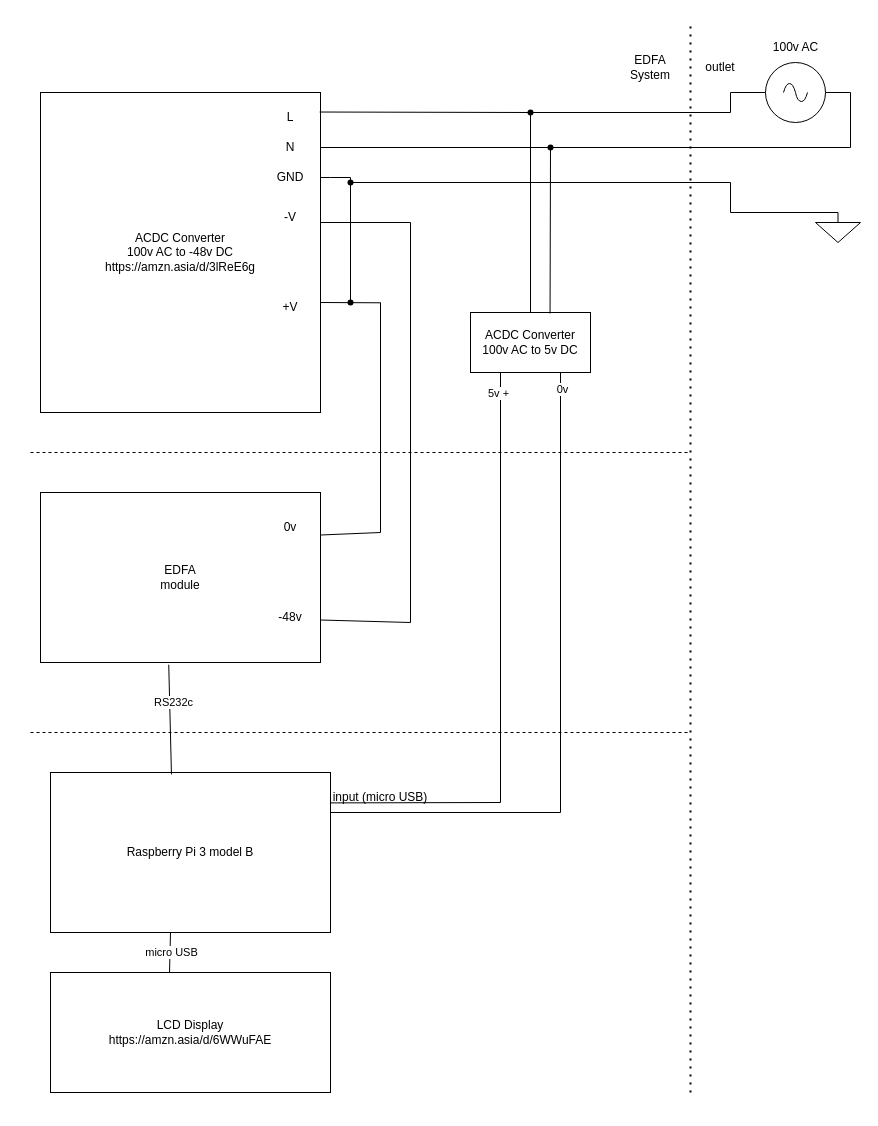
Earlier version of the draw.io diagram drawio/circuit.drawio (Ando0513/EDFA). Source tidied: cells renumbered, new cells numbered last; positions are measured from the earlier drawing's top-left corner, leaving out a move shared by most shapes. Both pictures are drawn from the tidied source at 100%, with x=0, y=0 at pixel (30, 22).
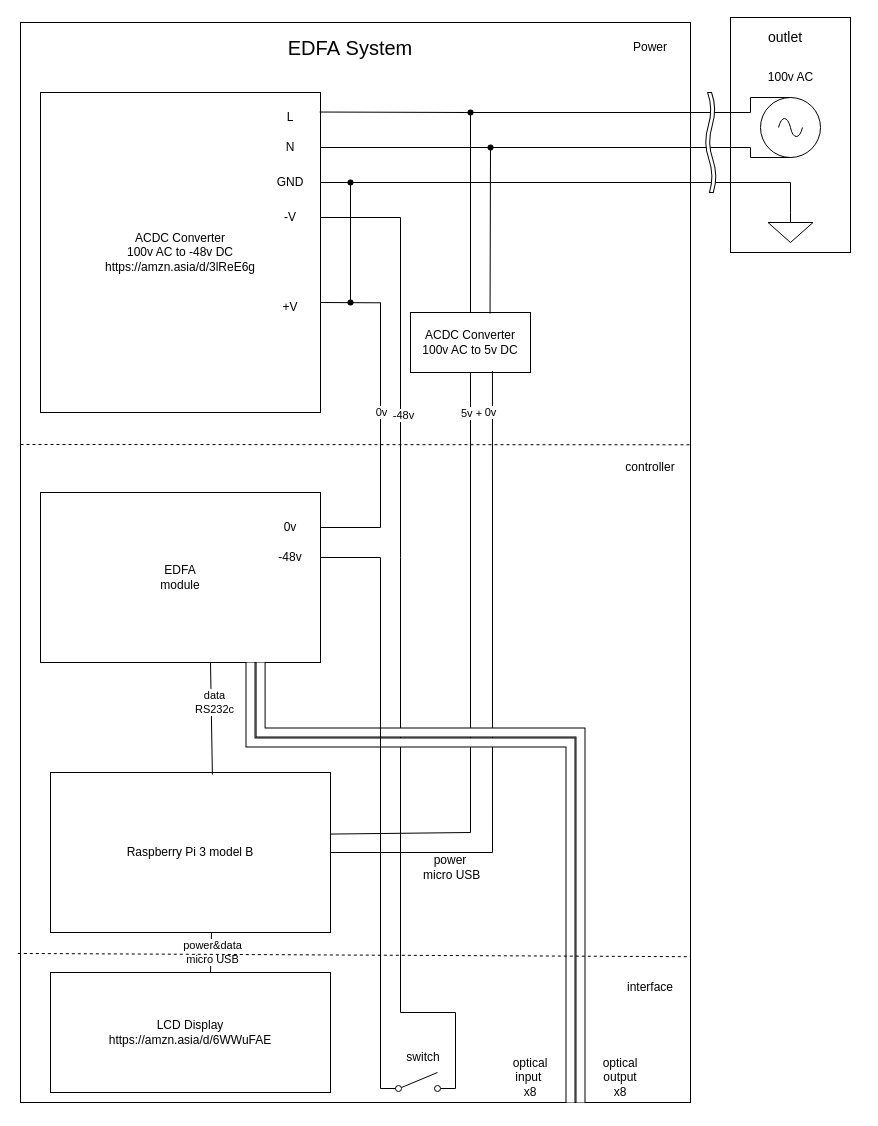
The same page after the edit.

Commit message (it also covers changes not shown here):
redraw to add switch at circuit.png

The change refers to these unchanged cells:
```xml
<mxCell id="11" value="-V" style="text;html=1;align=center;verticalAlign=middle;whiteSpace=wrap;rounded=0;" parent="1" vertex="1">
  <mxGeometry x="230" y="180" width="60" height="30" as="geometry" />
</mxCell>
<mxCell id="20" value="EDFA&lt;div&gt;module&lt;/div&gt;" style="rounded=0;whiteSpace=wrap;html=1;" parent="1" vertex="1">
  <mxGeometry x="10" y="470" width="280" height="170" as="geometry" />
</mxCell>
<mxCell id="23" value="0v" style="text;html=1;align=center;verticalAlign=middle;whiteSpace=wrap;rounded=0;" parent="1" vertex="1">
  <mxGeometry x="230" y="490" width="60" height="30" as="geometry" />
</mxCell>
<mxCell id="32" value="Raspberry Pi 3 model B" style="rounded=0;whiteSpace=wrap;html=1;" parent="1" vertex="1">
  <mxGeometry x="20" y="750" width="280" height="160" as="geometry" />
</mxCell>
<mxCell id="38" value="LCD Display&lt;div&gt;https://amzn.asia/d/6WWuFAE&lt;br&gt;&lt;/div&gt;" style="rounded=0;whiteSpace=wrap;html=1;" parent="1" vertex="1">
  <mxGeometry x="20" y="950" width="280" height="120" as="geometry" />
</mxCell>
<mxCell id="46" style="shape=waypoint;sketch=0;fillStyle=solid;size=6;points=[];fillColor=none;perimeter=centerPerimeter;snapToPoint=1;" parent="1" vertex="1">
  <mxGeometry x="310" y="270" width="20" height="20" as="geometry" />
</mxCell>
```

Diff of the diagram source:
```diff
@@
+    <mxCell id="56" style="rounded=0;whiteSpace=wrap;html=1;" parent="1" vertex="1">
+      <mxGeometry x="700" y="-5" width="120" height="235" as="geometry" />
+    </mxCell>
+    <mxCell id="57" style="rounded=0;whiteSpace=wrap;html=1;" parent="1" vertex="1">
+      <mxGeometry x="-10" width="670" height="1080" as="geometry" />
+    </mxCell>
     <mxCell id="2" style="verticalLabelPosition=bottom;shadow=0;dashed=0;align=center;html=1;verticalAlign=top;shape=mxgraph.electrical.signal_sources.source;points=[[0.5,0,0],[1,0.5,0],[0.5,1,0],[0,0.5,0]];elSignalType=ac;" parent="1" vertex="1">
-      <mxGeometry x="735" y="40" width="60" height="60" as="geometry" />
+      <mxGeometry x="730" y="75" width="60" height="60" as="geometry" />
     </mxCell>
@@
     <mxCell id="4" value="100v AC" style="text;html=1;align=center;verticalAlign=middle;strokeColor=none;fillColor=none;" parent="1" vertex="1">
-      <mxGeometry x="730" y="10" width="70" height="30" as="geometry" />
+      <mxGeometry x="725" y="40" width="70" height="30" as="geometry" />
     </mxCell>
     <mxCell id="5" style="verticalLabelPosition=bottom;shadow=0;dashed=0;align=center;html=1;verticalAlign=top;shape=mxgraph.electrical.signal_sources.signal_ground;" parent="1" vertex="1">
-      <mxGeometry x="785" y="190" width="45" height="30" as="geometry" />
+      <mxGeometry x="737.5" y="190" width="45" height="30" as="geometry" />
     </mxCell>
-    <mxCell id="6" style="endArrow=none;html=1;rounded=0;entryX=1;entryY=0.5;entryDx=0;entryDy=0;exitDx=0;exitDy=0;exitPerimeter=0;" parent="1" edge="1" target="8">
-      <mxGeometry relative="1" as="geometry">
-        <mxPoint x="320" y="160" as="sourcePoint" />
-        <Array as="points">
-          <mxPoint x="320" y="155" />
-          <mxPoint x="300" y="155" />
-        </Array>
-      </mxGeometry>
-    </mxCell>
-    <mxCell id="7" style="endArrow=none;html=1;rounded=0;entryX=1.018;entryY=0.405;entryDx=0;entryDy=0;entryPerimeter=0;" parent="1" edge="1">
-      <mxGeometry relative="1" as="geometry">
-        <mxPoint x="380" y="200" as="sourcePoint" />
-        <mxPoint x="290" y="200" as="targetPoint" />
-      </mxGeometry>
-    </mxCell>
     <mxCell id="8" value="GND" style="text;html=1;align=center;verticalAlign=middle;whiteSpace=wrap;rounded=0;" parent="1" vertex="1">
-      <mxGeometry x="230" y="140" width="60" height="30" as="geometry" />
+      <mxGeometry x="230" y="145" width="60" height="30" as="geometry" />
     </mxCell>
@@
-    <mxCell id="16" style="endArrow=none;html=1;rounded=0;" parent="1" edge="1" source="46">
+    <mxCell id="16" style="endArrow=none;html=1;rounded=0;entryX=1;entryY=0.5;entryDx=0;entryDy=0;" parent="1" edge="1" source="46" target="8">
       <mxGeometry relative="1" as="geometry">
-        <mxPoint x="320" y="160" as="targetPoint" />
+        <Array as="points">
+          <mxPoint x="320" y="160" />
+        </Array>
       </mxGeometry>
     </mxCell>
-    <mxCell id="17" style="endArrow=none;dashed=1;html=1;rounded=0;" parent="1" edge="1">
-      <mxGeometry relative="1" as="geometry">
-        <mxPoint y="430" as="sourcePoint" />
-        <mxPoint x="660" y="430" as="targetPoint" />
-      </mxGeometry>
-    </mxCell>
-    <mxCell id="18" style="endArrow=none;html=1;rounded=0;" parent="1" edge="1">
+    <mxCell id="18" style="endArrow=none;html=1;rounded=0;exitX=1;exitY=0.5;exitDx=0;exitDy=0;" parent="1" edge="1" source="23">
       <mxGeometry relative="1" as="geometry">
-        <mxPoint x="350" y="510" as="sourcePoint" />
         <mxPoint x="350" y="280" as="targetPoint" />
+        <Array as="points">
+          <mxPoint x="350" y="505" />
+        </Array>
       </mxGeometry>
     </mxCell>
+    <mxCell id="58" value="0v" style="edgeLabel;html=1;align=center;verticalAlign=middle;" parent="18" vertex="1">
+      <mxGeometry x="0.79" relative="1" as="geometry">
+        <mxPoint y="79" as="offset" />
+      </mxGeometry>
+    </mxCell>
-    <mxCell id="19" style="endArrow=none;html=1;rounded=0;" parent="1" edge="1">
+    <mxCell id="19" style="endArrow=none;html=1;rounded=0;entryX=1;entryY=0.5;entryDx=0;entryDy=0;exitX=1;exitY=0.8;exitDx=0;exitDy=0;" parent="1" edge="1" source="65" target="11">
       <mxGeometry relative="1" as="geometry">
-        <mxPoint x="380" y="600" as="sourcePoint" />
-        <mxPoint x="380" y="200" as="targetPoint" />
+        <Array as="points">
+          <mxPoint x="425" y="990" />
+          <mxPoint x="370" y="990" />
+          <mxPoint x="370" y="535" />
+          <mxPoint x="370" y="195" />
+        </Array>
       </mxGeometry>
     </mxCell>
+    <mxCell id="59" value="-48v" style="edgeLabel;html=1;align=center;verticalAlign=middle;" parent="19" vertex="1">
+      <mxGeometry x="0.62" y="-2" relative="1" as="geometry">
+        <mxPoint y="86" as="offset" />
+      </mxGeometry>
+    </mxCell>
@@
-    <mxCell id="21" style="endArrow=none;html=1;rounded=0;exitX=1;exitY=0.75;exitDx=0;exitDy=0;" parent="1" edge="1" source="23">
-      <mxGeometry relative="1" as="geometry">
-        <mxPoint x="350" y="510" as="targetPoint" />
-      </mxGeometry>
-    </mxCell>
-    <mxCell id="22" style="endArrow=none;html=1;rounded=0;exitX=1;exitY=0.75;exitDx=0;exitDy=0;" parent="1" edge="1" source="20">
-      <mxGeometry relative="1" as="geometry">
-        <mxPoint x="380" y="600" as="targetPoint" />
-      </mxGeometry>
-    </mxCell>
@@
     <mxCell id="24" value="-48v" style="text;html=1;align=center;verticalAlign=middle;whiteSpace=wrap;rounded=0;" parent="1" vertex="1">
-      <mxGeometry x="230" y="580" width="60" height="30" as="geometry" />
+      <mxGeometry x="230" y="520" width="60" height="30" as="geometry" />
     </mxCell>
-    <mxCell id="25" style="endArrow=none;dashed=1;html=1;rounded=0;" parent="1" edge="1">
-      <mxGeometry relative="1" as="geometry">
-        <mxPoint y="710" as="sourcePoint" />
-        <mxPoint x="660" y="710" as="targetPoint" />
-      </mxGeometry>
-    </mxCell>
     <mxCell id="26" value="ACDC Converter&lt;div&gt;100v AC to 5v DC&lt;/div&gt;" style="rounded=0;whiteSpace=wrap;html=1;" parent="1" vertex="1">
-      <mxGeometry x="440" y="290" width="120" height="60" as="geometry" />
+      <mxGeometry x="380" y="290" width="120" height="60" as="geometry" />
     </mxCell>
-    <mxCell id="27" style="endArrow=none;html=1;rounded=0;exitX=0.663;exitY=0.017;exitDx=0;exitDy=0;exitPerimeter=0;" parent="1" edge="1" source="26">
-      <mxGeometry relative="1" as="geometry">
-        <mxPoint x="520" y="125" as="targetPoint" />
-      </mxGeometry>
+    <mxCell id="27" style="endArrow=none;html=1;rounded=0;exitX=0.663;exitY=0.017;exitDx=0;exitDy=0;exitPerimeter=0;entryX=0.388;entryY=0.6;entryDx=0;entryDy=0;entryPerimeter=0;" parent="1" edge="1" source="26" target="49">
+      <mxGeometry relative="1" as="geometry" />
     </mxCell>
-    <mxCell id="28" style="endArrow=none;html=1;rounded=0;entryX=0.25;entryY=1;entryDx=0;entryDy=0;" parent="1" edge="1" target="26">
+    <mxCell id="28" style="endArrow=none;html=1;rounded=0;entryX=0.5;entryY=1;entryDx=0;entryDy=0;exitX=0.991;exitY=0.385;exitDx=0;exitDy=0;exitPerimeter=0;" parent="1" edge="1" source="32" target="26">
       <mxGeometry relative="1" as="geometry">
-        <mxPoint x="470" y="780" as="sourcePoint" />
+        <Array as="points">
+          <mxPoint x="440" y="810" />
+        </Array>
       </mxGeometry>
     </mxCell>
     <mxCell id="29" value="5v +" style="edgeLabel;html=1;align=center;verticalAlign=middle;" parent="28" vertex="1">
       <mxGeometry x="0.76" y="3" relative="1" as="geometry">
-        <mxPoint y="-32" as="offset" />
+        <mxPoint x="3" y="-32" as="offset" />
       </mxGeometry>
     </mxCell>
-    <mxCell id="30" style="endArrow=none;html=1;rounded=0;entryX=0.75;entryY=1;entryDx=0;entryDy=0;" parent="1" edge="1" target="26">
+    <mxCell id="30" style="endArrow=none;html=1;rounded=0;entryX=0.683;entryY=0.975;entryDx=0;entryDy=0;entryPerimeter=0;exitX=1;exitY=0.5;exitDx=0;exitDy=0;" parent="1" edge="1" source="32" target="26">
       <mxGeometry relative="1" as="geometry">
-        <mxPoint x="530" y="790" as="sourcePoint" />
+        <Array as="points">
+          <mxPoint x="462" y="830" />
+        </Array>
       </mxGeometry>
     </mxCell>
     <mxCell id="31" value="0v" style="edgeLabel;html=1;align=center;verticalAlign=middle;" parent="30" vertex="1">
       <mxGeometry x="0.78" y="-1" relative="1" as="geometry">
-        <mxPoint y="-32" as="offset" />
+        <mxPoint x="-3" y="-29" as="offset" />
       </mxGeometry>
     </mxCell>
@@
-    <mxCell id="33" style="endArrow=none;html=1;rounded=0;exitX=0.998;exitY=0.19;exitDx=0;exitDy=0;exitPerimeter=0;" parent="1" edge="1" source="32">
-      <mxGeometry relative="1" as="geometry">
-        <mxPoint x="470" y="780" as="targetPoint" />
-      </mxGeometry>
-    </mxCell>
-    <mxCell id="34" style="endArrow=none;html=1;rounded=0;exitX=1;exitY=0.25;exitDx=0;exitDy=0;" parent="1" edge="1" source="32">
-      <mxGeometry relative="1" as="geometry">
-        <mxPoint x="530" y="790" as="targetPoint" />
-      </mxGeometry>
-    </mxCell>
-    <mxCell id="35" value="input (micro USB)" style="text;html=1;align=center;verticalAlign=middle;whiteSpace=wrap;rounded=0;" parent="1" vertex="1">
-      <mxGeometry x="300" y="760" width="100" height="30" as="geometry" />
+    <mxCell id="35" value="power&lt;div&gt;&amp;nbsp;micro USB&lt;/div&gt;" style="text;html=1;align=center;verticalAlign=middle;whiteSpace=wrap;rounded=0;" parent="1" vertex="1">
+      <mxGeometry x="370" y="830" width="100" height="30" as="geometry" />
     </mxCell>
-    <mxCell id="36" style="endArrow=none;html=1;rounded=0;entryX=0.458;entryY=1.013;entryDx=0;entryDy=0;entryPerimeter=0;exitX=0.432;exitY=0.012;exitDx=0;exitDy=0;exitPerimeter=0;" parent="1" edge="1" source="32" target="20">
-      <mxGeometry relative="1" as="geometry" />
+    <mxCell id="36" style="endArrow=none;html=1;rounded=0;entryX=0.704;entryY=0.995;entryDx=0;entryDy=0;entryPerimeter=0;exitX=0.675;exitY=0.008;exitDx=0;exitDy=0;exitPerimeter=0;" parent="1" edge="1">
+      <mxGeometry relative="1" as="geometry">
+        <mxPoint x="181.9" y="752.1" as="sourcePoint" />
+        <mxPoint x="180" y="640" as="targetPoint" />
+      </mxGeometry>
     </mxCell>
-    <mxCell id="37" value="RS232c" style="edgeLabel;html=1;align=center;verticalAlign=middle;" parent="36" vertex="1">
+    <mxCell id="37" value="&lt;div&gt;data&lt;/div&gt;RS232c" style="edgeLabel;html=1;align=center;verticalAlign=middle;" parent="36" vertex="1">
       <mxGeometry x="0.31" y="-3" relative="1" as="geometry" />
     </mxCell>
@@
-    <mxCell id="39" style="endArrow=none;html=1;rounded=0;exitX=0.425;exitY=0.003;exitDx=0;exitDy=0;exitPerimeter=0;" parent="1" edge="1" source="38">
+    <mxCell id="39" style="endArrow=none;html=1;rounded=0;exitX=0.425;exitY=0.003;exitDx=0;exitDy=0;exitPerimeter=0;" parent="1" edge="1">
       <mxGeometry relative="1" as="geometry">
-        <mxPoint x="140" y="910" as="targetPoint" />
+        <mxPoint x="180" y="950.4" as="sourcePoint" />
+        <mxPoint x="181" y="910" as="targetPoint" />
       </mxGeometry>
     </mxCell>
-    <mxCell id="40" value="micro USB" style="edgeLabel;html=1;align=center;verticalAlign=middle;" parent="39" vertex="1">
+    <mxCell id="40" value="power&amp;amp;data&lt;div&gt;micro USB&lt;/div&gt;" style="edgeLabel;html=1;align=center;verticalAlign=middle;" parent="39" vertex="1">
       <mxGeometry x="0.04" y="-1" relative="1" as="geometry" />
     </mxCell>
-    <mxCell id="41" style="endArrow=none;html=1;rounded=0;entryX=0;entryY=0.5;entryDx=0;entryDy=0;entryPerimeter=0;exitDx=0;exitDy=0;exitPerimeter=0;" parent="1" edge="1" source="52" target="2">
-      <mxGeometry relative="1" as="geometry">
-        <Array as="points">
-          <mxPoint x="700" y="90" />
-          <mxPoint x="700" y="70" />
-        </Array>
-      </mxGeometry>
-    </mxCell>
-    <mxCell id="42" style="endArrow=none;html=1;rounded=0;entryX=1;entryY=0.5;entryDx=0;entryDy=0;entryPerimeter=0;exitDx=0;exitDy=0;" parent="1" edge="1" source="49" target="2">
-      <mxGeometry relative="1" as="geometry">
-        <Array as="points">
-          <mxPoint x="820" y="125" />
-          <mxPoint x="820" y="70" />
-        </Array>
-      </mxGeometry>
-    </mxCell>
     <mxCell id="43" style="endArrow=none;html=1;rounded=0;entryDx=0;entryDy=0;exitX=0.5;exitY=0;exitDx=0;exitDy=0;exitPerimeter=0;entryPerimeter=0;" parent="1" edge="1" source="5">
       <mxGeometry relative="1" as="geometry">
         <mxPoint x="320" y="160" as="targetPoint" />
         <Array as="points">
-          <mxPoint x="700" y="190" />
+          <mxPoint x="760" y="160" />
           <mxPoint x="700" y="160" />
         </Array>
       </mxGeometry>
     </mxCell>
@@
     <mxCell id="49" style="shape=waypoint;sketch=0;fillStyle=solid;size=6;points=[];fillColor=none;perimeter=centerPerimeter;snapToPoint=1;" parent="1" vertex="1">
-      <mxGeometry x="510" y="115" width="20" height="20" as="geometry" />
+      <mxGeometry x="450" y="115" width="20" height="20" as="geometry" />
     </mxCell>
@@
     <mxCell id="52" style="shape=waypoint;sketch=0;fillStyle=solid;size=6;points=[];fillColor=none;perimeter=centerPerimeter;snapToPoint=1;" parent="1" vertex="1">
-      <mxGeometry x="490" y="80" width="20" height="20" as="geometry" />
+      <mxGeometry x="430" y="80" width="20" height="20" as="geometry" />
     </mxCell>
-    <mxCell id="53" style="endArrow=none;dashed=1;html=1;dashPattern=1 3;strokeWidth=2;rounded=0;" parent="1" edge="1">
-      <mxGeometry relative="1" as="geometry">
-        <mxPoint x="660" y="1070" as="sourcePoint" />
-        <mxPoint x="660" as="targetPoint" />
-      </mxGeometry>
-    </mxCell>
-    <mxCell id="54" value="outlet" style="text;html=1;align=center;verticalAlign=middle;whiteSpace=wrap;rounded=0;" parent="1" vertex="1">
-      <mxGeometry x="660" y="30" width="60" height="30" as="geometry" />
+    <mxCell id="54" value="&lt;font style=&quot;font-size: 14px;&quot;&gt;outlet&lt;/font&gt;" style="text;html=1;align=center;verticalAlign=middle;whiteSpace=wrap;rounded=0;" parent="1" vertex="1">
+      <mxGeometry x="725" width="60" height="30" as="geometry" />
     </mxCell>
-    <mxCell id="55" value="EDFA&lt;div&gt;System&lt;/div&gt;" style="text;html=1;align=center;verticalAlign=middle;whiteSpace=wrap;rounded=0;" parent="1" vertex="1">
-      <mxGeometry x="590" y="30" width="60" height="30" as="geometry" />
+    <mxCell id="55" value="&lt;font style=&quot;font-size: 20px;&quot;&gt;EDFA&amp;nbsp;&lt;span style=&quot;background-color: initial;&quot;&gt;System&lt;/span&gt;&lt;/font&gt;" style="text;html=1;align=center;verticalAlign=middle;whiteSpace=wrap;rounded=0;" parent="1" vertex="1">
+      <mxGeometry x="240" y="10" width="160" height="30" as="geometry" />
     </mxCell>
+    <mxCell id="60" style="shape=filledEdge;curved=0;rounded=0;fixDash=1;endArrow=none;strokeWidth=10;fillColor=#ffffff;edgeStyle=orthogonalEdgeStyle;html=1;exitX=0.75;exitY=1;exitDx=0;exitDy=0;" parent="1" edge="1" source="20">
+      <mxGeometry relative="1" as="geometry">
+        <mxPoint x="540" y="1080" as="targetPoint" />
+        <Array as="points">
+          <mxPoint x="220" y="720" />
+        </Array>
+      </mxGeometry>
+    </mxCell>
+    <mxCell id="61" value="optical input&amp;nbsp;&lt;div&gt;x8&lt;/div&gt;" style="text;html=1;align=center;verticalAlign=middle;whiteSpace=wrap;rounded=0;" parent="1" vertex="1">
+      <mxGeometry x="470" y="1040" width="60" height="30" as="geometry" />
+    </mxCell>
+    <mxCell id="62" value="optical&lt;div&gt;output&lt;/div&gt;&lt;div&gt;x8&lt;/div&gt;" style="text;html=1;align=center;verticalAlign=middle;whiteSpace=wrap;rounded=0;" parent="1" vertex="1">
+      <mxGeometry x="560" y="1040" width="60" height="30" as="geometry" />
+    </mxCell>
+    <mxCell id="63" style="shape=filledEdge;curved=0;rounded=0;fixDash=1;endArrow=none;strokeWidth=10;fillColor=#ffffff;edgeStyle=orthogonalEdgeStyle;html=1;entryX=0.786;entryY=1;entryDx=0;entryDy=0;entryPerimeter=0;" parent="1" edge="1" target="20">
+      <mxGeometry relative="1" as="geometry">
+        <mxPoint x="550" y="1080" as="sourcePoint" />
+        <Array as="points">
+          <mxPoint x="550" y="710" />
+          <mxPoint x="230" y="710" />
+        </Array>
+      </mxGeometry>
+    </mxCell>
+    <mxCell id="42" style="endArrow=none;html=1;rounded=0;exitX=0.358;exitY=0.57;exitDx=0;exitDy=0;exitPerimeter=0;entryX=0.5;entryY=1;entryDx=0;entryDy=0;entryPerimeter=0;" parent="1" edge="1" source="49" target="2">
+      <mxGeometry relative="1" as="geometry">
+        <Array as="points">
+          <mxPoint x="720" y="125" />
+          <mxPoint x="720" y="135" />
+        </Array>
+      </mxGeometry>
+    </mxCell>
+    <mxCell id="41" style="endArrow=none;html=1;rounded=0;exitX=0.418;exitY=0.668;exitDx=0;exitDy=0;exitPerimeter=0;entryX=0.5;entryY=0;entryDx=0;entryDy=0;entryPerimeter=0;" parent="1" edge="1" source="52" target="2">
+      <mxGeometry relative="1" as="geometry">
+        <Array as="points">
+          <mxPoint x="720" y="90" />
+          <mxPoint x="720" y="75" />
+        </Array>
+      </mxGeometry>
+    </mxCell>
+    <mxCell id="64" style="verticalLabelPosition=bottom;verticalAlign=top;html=1;shape=mxgraph.basic.wave2;dy=0.61;rotation=89;" parent="1" vertex="1">
+      <mxGeometry x="630" y="115" width="100" height="10" as="geometry" />
+    </mxCell>
+    <mxCell id="65" style="html=1;shape=mxgraph.electrical.electro-mechanical.singleSwitch;elSwitchState=off;" parent="1" vertex="1">
+      <mxGeometry x="350" y="1050" width="75" height="20" as="geometry" />
+    </mxCell>
+    <mxCell id="66" style="endArrow=none;html=1;rounded=0;entryX=1;entryY=0.5;entryDx=0;entryDy=0;exitX=0;exitY=0.8;exitDx=0;exitDy=0;" parent="1" edge="1" source="65" target="24">
+      <mxGeometry relative="1" as="geometry">
+        <Array as="points">
+          <mxPoint x="350" y="535" />
+        </Array>
+      </mxGeometry>
+    </mxCell>
+    <mxCell id="67" value="switch" style="text;html=1;align=center;verticalAlign=middle;whiteSpace=wrap;rounded=0;" parent="1" vertex="1">
+      <mxGeometry x="362.5" y="1020" width="60" height="30" as="geometry" />
+    </mxCell>
+    <mxCell id="68" style="endArrow=none;dashed=1;html=1;rounded=0;exitX=-0.004;exitY=0.862;exitDx=0;exitDy=0;exitPerimeter=0;entryX=1;entryY=0.865;entryDx=0;entryDy=0;entryPerimeter=0;" parent="1" edge="1" source="57" target="57">
+      <mxGeometry relative="1" as="geometry" />
+    </mxCell>
+    <mxCell id="69" value="interface" style="text;html=1;align=center;verticalAlign=middle;whiteSpace=wrap;rounded=0;" parent="1" vertex="1">
+      <mxGeometry x="590" y="950" width="60" height="30" as="geometry" />
+    </mxCell>
+    <mxCell id="70" style="endArrow=none;dashed=1;html=1;rounded=0;entryX=1.003;entryY=0.391;entryDx=0;entryDy=0;entryPerimeter=0;" parent="1" edge="1" target="57">
+      <mxGeometry relative="1" as="geometry">
+        <mxPoint x="-10" y="422" as="sourcePoint" />
+      </mxGeometry>
+    </mxCell>
+    <mxCell id="71" value="controller" style="text;html=1;align=center;verticalAlign=middle;whiteSpace=wrap;rounded=0;" parent="1" vertex="1">
+      <mxGeometry x="590" y="430" width="60" height="30" as="geometry" />
+    </mxCell>
+    <mxCell id="72" value="Power" style="text;html=1;align=center;verticalAlign=middle;whiteSpace=wrap;rounded=0;" parent="1" vertex="1">
+      <mxGeometry x="590" y="10" width="60" height="30" as="geometry" />
+    </mxCell>
```
